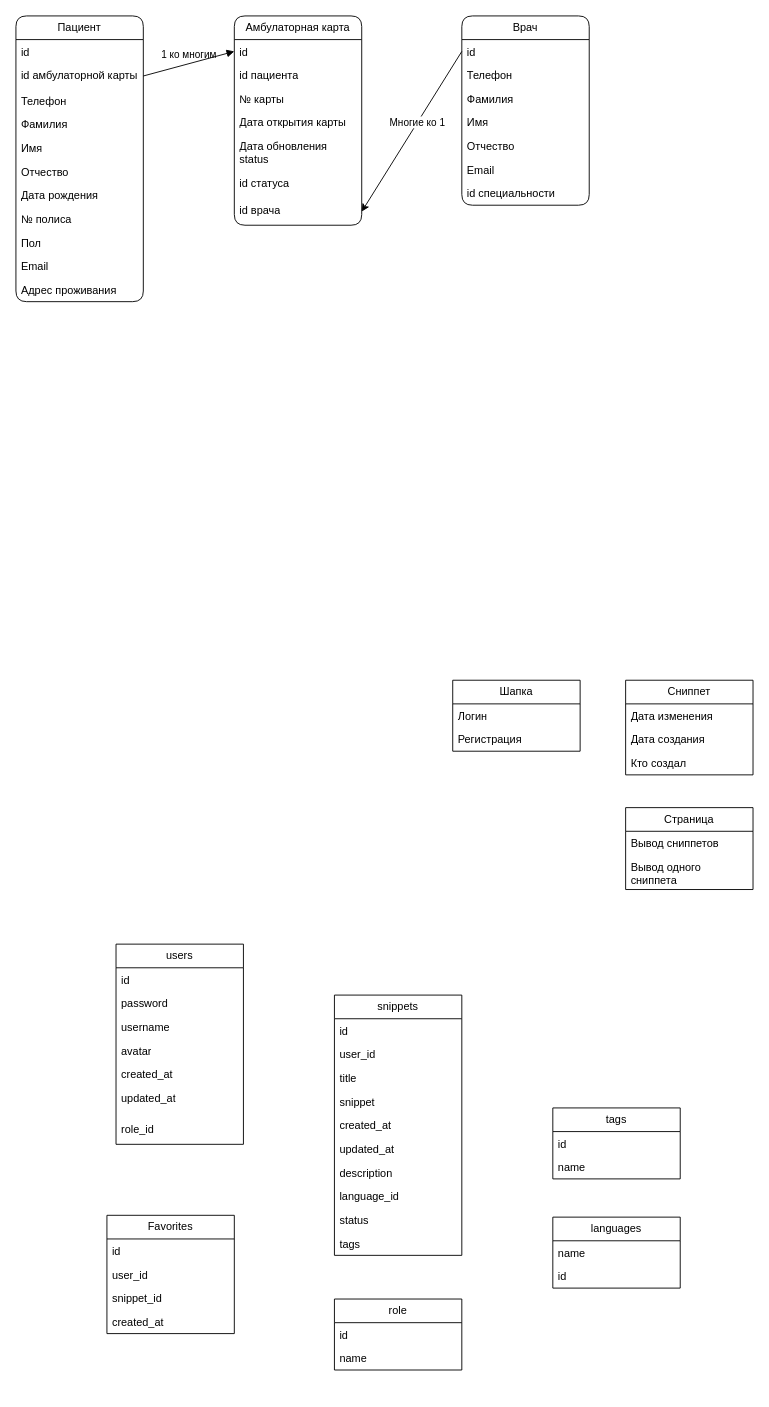
Above: backend/snippets.drawio in ashydud/project_snippets (draw.io), before the change. Source tidied: cells renumbered, new cells numbered last; positions are measured from the earlier drawing's top-left corner, leaving out a move shared by most shapes. Both pictures are drawn from the tidied source at 91%, with x=0, y=0 at pixel (15, 15).
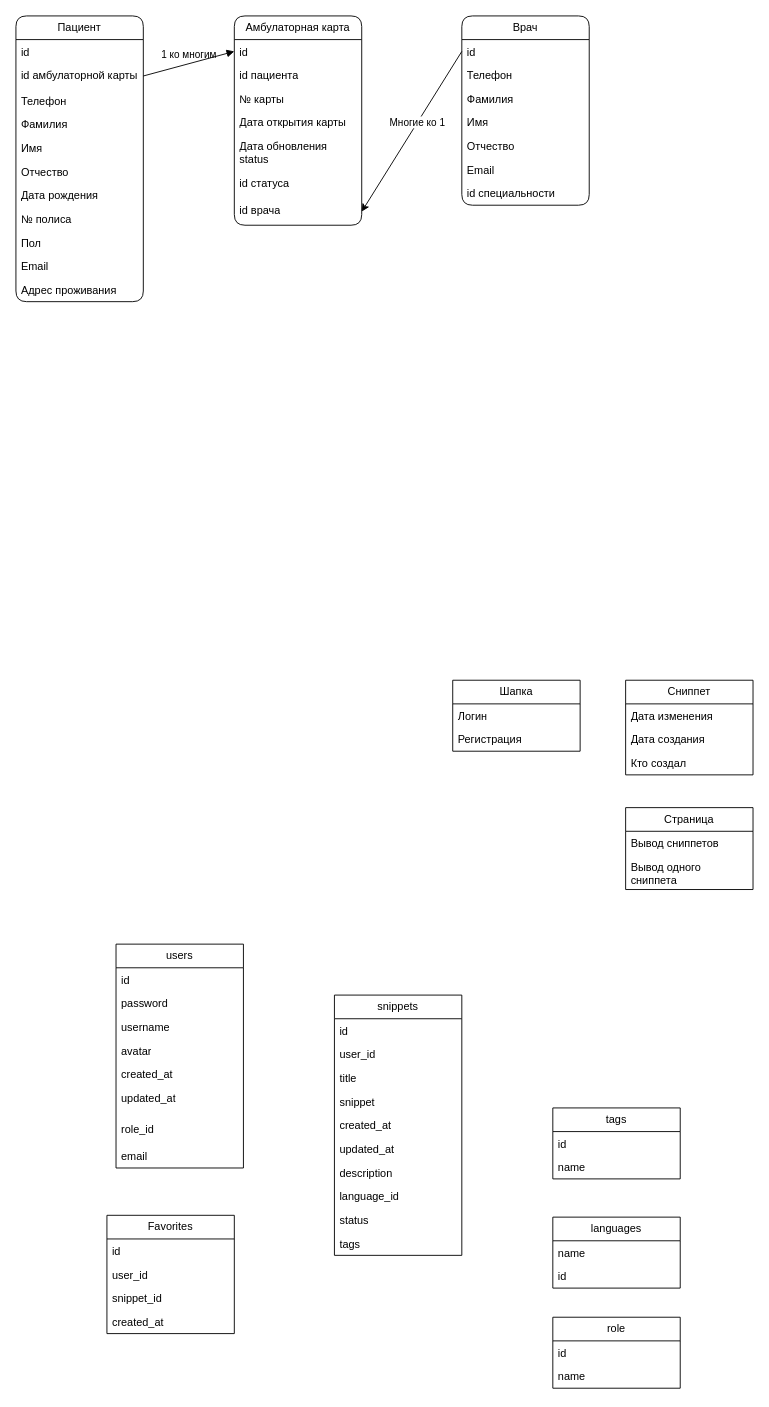
The same diagram, later.

Diff of the diagram source:
```diff
@@
     <mxCell id="52" value="users" style="swimlane;fontStyle=0;horizontal=1;startSize=26;fillColor=none;whiteSpace=wrap;html=1;" parent="1" vertex="1">
-      <mxGeometry x="110" y="1020" width="140" height="220" as="geometry" />
+      <mxGeometry x="110" y="1020" width="140" height="246" as="geometry" />
     </mxCell>
@@
+    <mxCell id="76" value="email" style="text;strokeColor=none;fillColor=none;align=left;verticalAlign=top;spacingLeft=4;spacingRight=4;overflow=hidden;whiteSpace=wrap;html=1;" parent="52" vertex="1">
+      <mxGeometry y="220" width="140" height="26" as="geometry" />
+    </mxCell>
@@
     <mxCell id="73" value="role" style="swimlane;fontStyle=0;horizontal=1;startSize=26;fillColor=none;whiteSpace=wrap;html=1;" parent="1" vertex="1">
-      <mxGeometry x="350" y="1410" width="140" height="78" as="geometry" />
+      <mxGeometry x="590" y="1430" width="140" height="78" as="geometry" />
     </mxCell>
```
